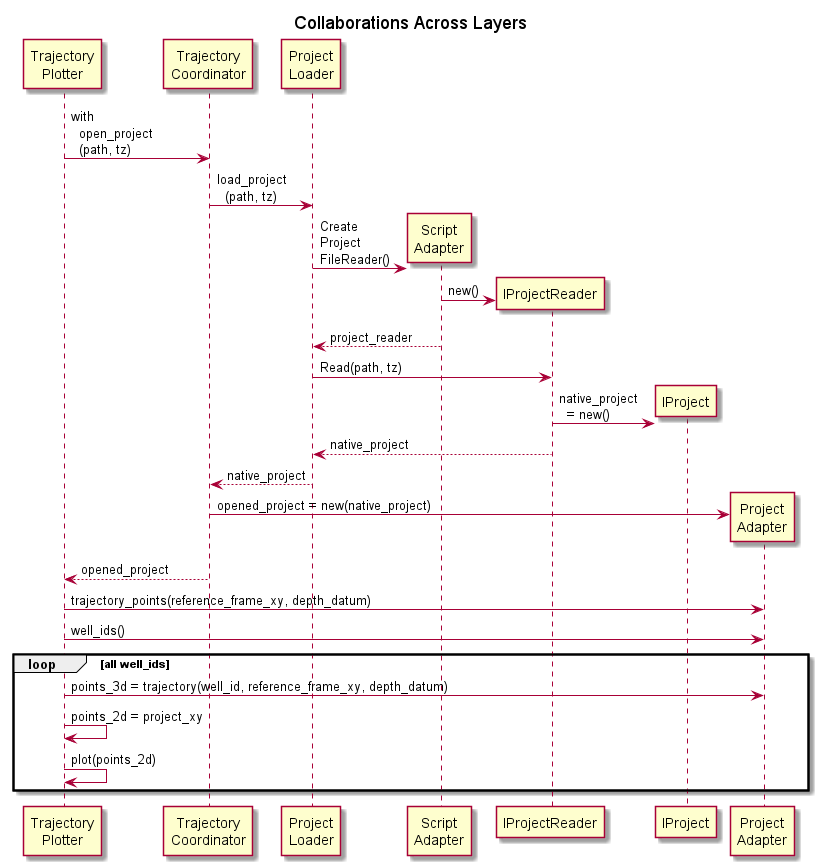
Earlier version of the PlantUML export docs_dev/layer-collaboration.png (Reveal-Energy-Services/orchid-python-api). Its diagram source:
```plantuml
@startuml

title Collaborations Across Layers

participant "Trajectory\nPlotter" as tp
participant "Trajectory\nCoordinator" as tc
participant "Project\nLoader" as pl
participant "Script\nAdapter" as sa
participant IProjectReader
participant IProject
participant "Project\nAdapter" as pa

tp -> tc: with\n  open_project\n  (path, tz)
tc -> pl: load_project\n  (path, tz)
create sa
pl -> sa: Create\nProject\nFileReader()
create IProjectReader
sa -> IProjectReader : new()
sa --> pl : project_reader
pl -> IProjectReader: Read(path, tz)
create IProject
IProjectReader -> IProject : native_project\n  = new()
IProjectReader --> pl : native_project
pl --> tc : native_project
create pa
tc -> pa: opened_project = new(native_project)
tc --> tp : opened_project
tp -> pa : trajectory_points(reference_frame_xy, depth_datum)
tp -> pa : well_ids()
loop all well_ids
    tp -> pa : points_3d = trajectory(well_id, reference_frame_xy, depth_datum)
    tp -> tp: points_2d = project_xy
    tp -> tp : plot(points_2d)
end loop

@enduml
```
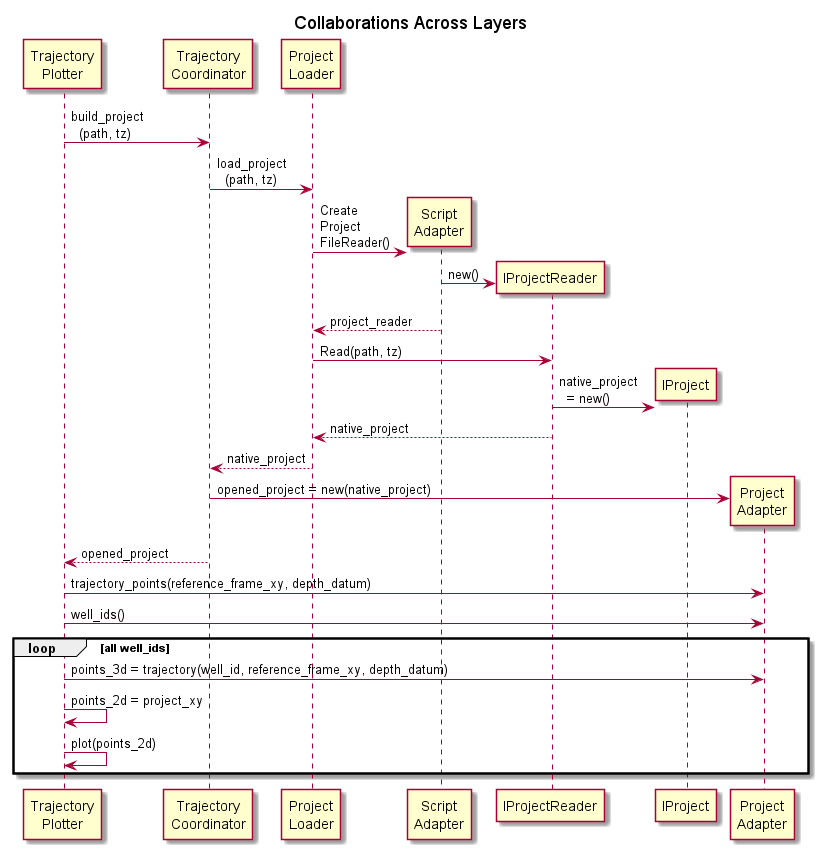
Later version of the same file.

What changed in the source:
```diff
@@ -10,7 +10,7 @@
 participant IProject
 participant "Project\nAdapter" as pa
 
-tp -> tc: with\n  open_project\n  (path, tz)
+tp -> tc: build_project\n  (path, tz)
 tc -> pl: load_project\n  (path, tz)
 create sa
 pl -> sa: Create\nProject\nFileReader()
```
